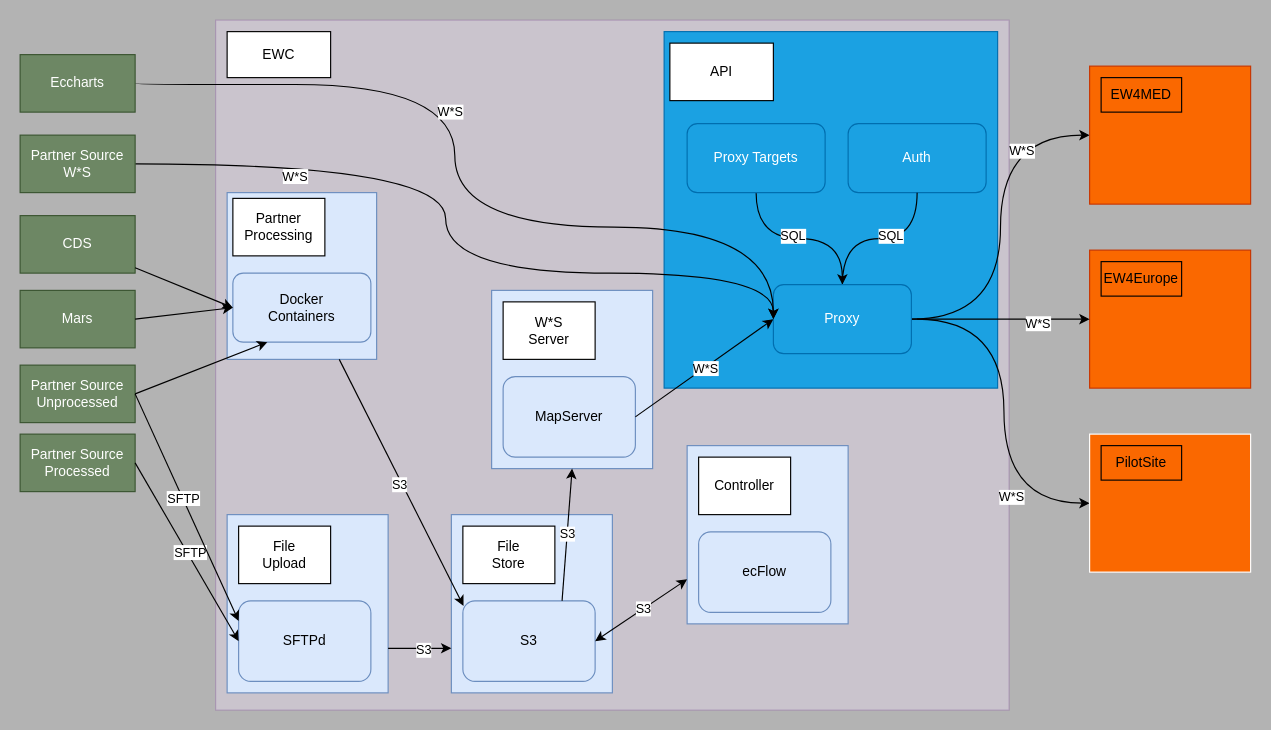
This is gobeyond-api-tech.drawio from ec-snee/draw-io, a draw.io file, before an edit. Source tidied: cells renumbered, new cells numbered last; positions are measured from the earlier drawing's top-left corner, leaving out a move shared by most shapes. Both pictures are drawn from the tidied source at 115%, with x=0, y=0 at pixel (20, 20).
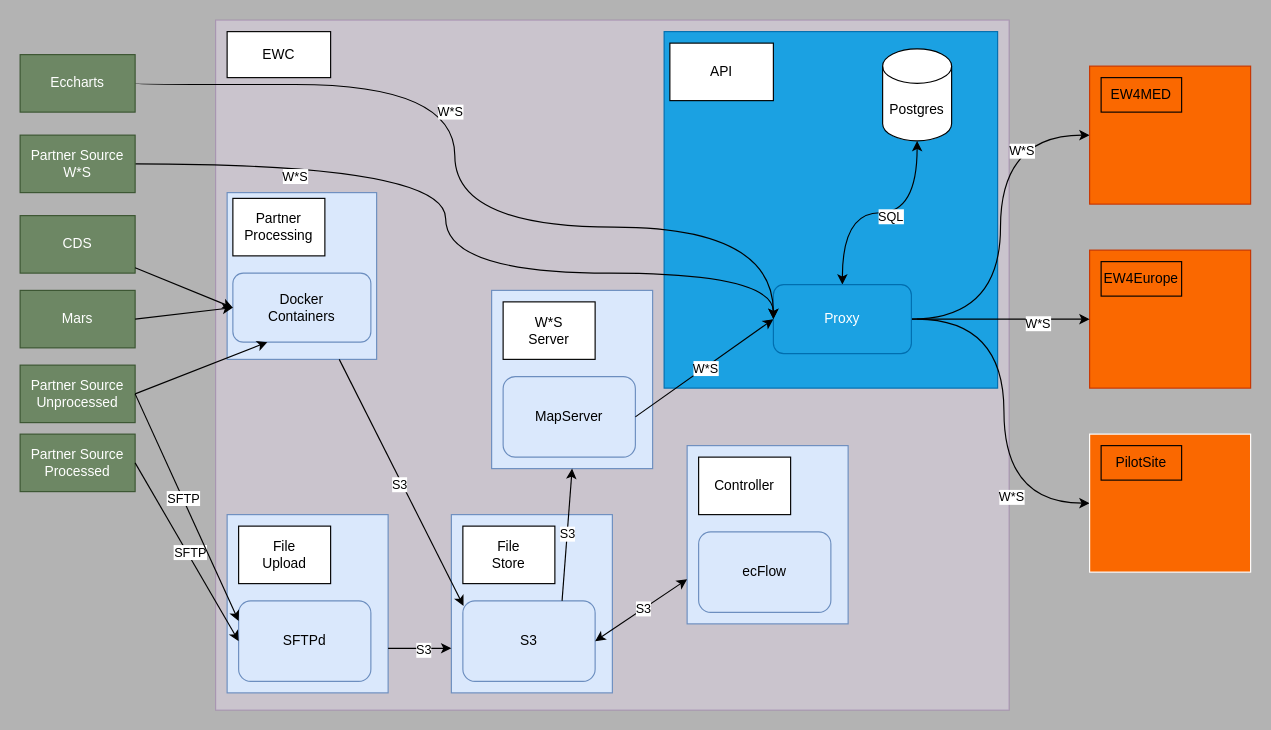
Above is the later version.

Commit message:
Database is now a datastore

The change refers to these unchanged cells:
```xml
<mxCell id="24" value="Proxy" style="rounded=1;whiteSpace=wrap;html=1;fillColor=#1ba1e2;fontColor=#ffffff;strokeColor=#006EAF;" parent="1" vertex="1">
  <mxGeometry x="655" y="230" width="120" height="60" as="geometry" />
</mxCell>
```

Diff of the diagram source:
```diff
@@
-    <mxCell id="16" style="edgeStyle=orthogonalEdgeStyle;rounded=0;jettySize=auto;html=1;exitX=0.5;exitY=0;exitDx=0;exitDy=0;entryX=0.5;entryY=1;entryDx=0;entryDy=0;curved=1;startArrow=classic;startFill=1;endArrow=none;endFill=0;" parent="1" edge="1" source="24" target="18">
+    <mxCell id="16" style="edgeStyle=orthogonalEdgeStyle;rounded=0;jettySize=auto;html=1;exitX=0.5;exitY=0;exitDx=0;exitDy=0;entryX=0.5;entryY=1;entryDx=0;entryDy=0;curved=1;startArrow=classic;startFill=1;endArrow=classic;endFill=1;entryPerimeter=0;" parent="1" edge="1" source="24" target="67">
       <mxGeometry relative="1" as="geometry" />
     </mxCell>
@@
-    <mxCell id="18" value="Proxy Targets" style="rounded=1;whiteSpace=wrap;html=1;fillColor=#1ba1e2;fontColor=#ffffff;strokeColor=#006EAF;" parent="1" vertex="1">
-      <mxGeometry x="580" y="90" width="120" height="60" as="geometry" />
-    </mxCell>
-    <mxCell id="19" value="Auth" style="rounded=1;whiteSpace=wrap;html=1;fillColor=#1ba1e2;fontColor=#ffffff;strokeColor=#006EAF;" parent="1" vertex="1">
-      <mxGeometry x="720" y="90" width="120" height="60" as="geometry" />
-    </mxCell>
@@
-    <mxCell id="22" style="edgeStyle=orthogonalEdgeStyle;rounded=0;jettySize=auto;html=1;exitX=0.5;exitY=0;exitDx=0;exitDy=0;curved=1;endArrow=none;endFill=0;" parent="1" edge="1" source="24" target="19">
-      <mxGeometry relative="1" as="geometry" />
-    </mxCell>
-    <mxCell id="23" value="SQL" style="edgeLabel;html=1;align=center;verticalAlign=middle;" parent="22" vertex="1">
-      <mxGeometry x="0.12" y="3" relative="1" as="geometry" />
-    </mxCell>
@@
+    <mxCell id="67" value="Postgres" style="shape=cylinder3;whiteSpace=wrap;html=1;boundedLbl=1;backgroundOutline=1;size=15;" parent="1" vertex="1">
+      <mxGeometry x="750" y="25" width="60" height="80" as="geometry" />
+    </mxCell>
```
